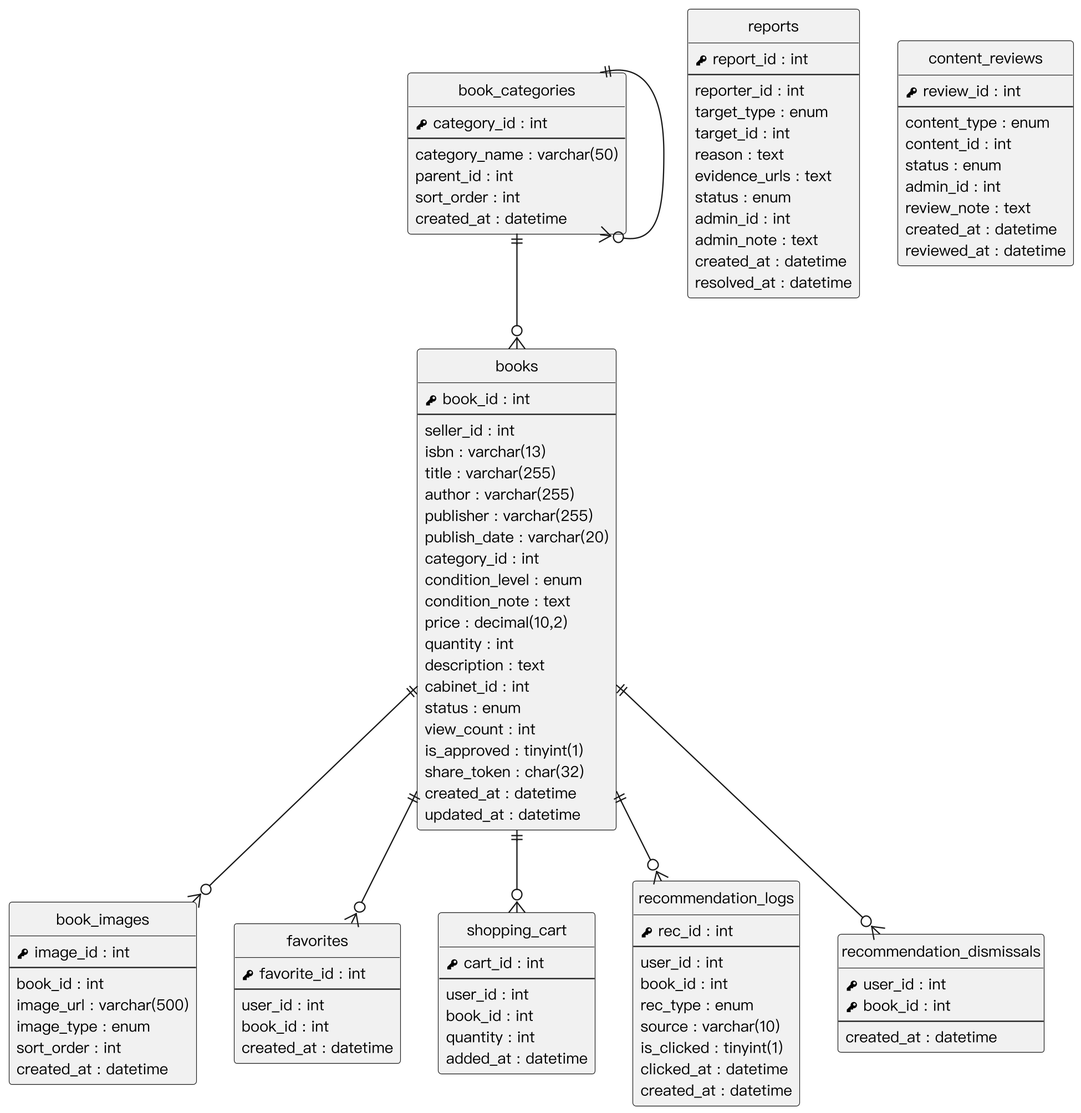
Before: Diagrams/Relational Tables/v3/er_books.png, a diagram exported from PlantUML (SaveMyBook/SaveMyBook).
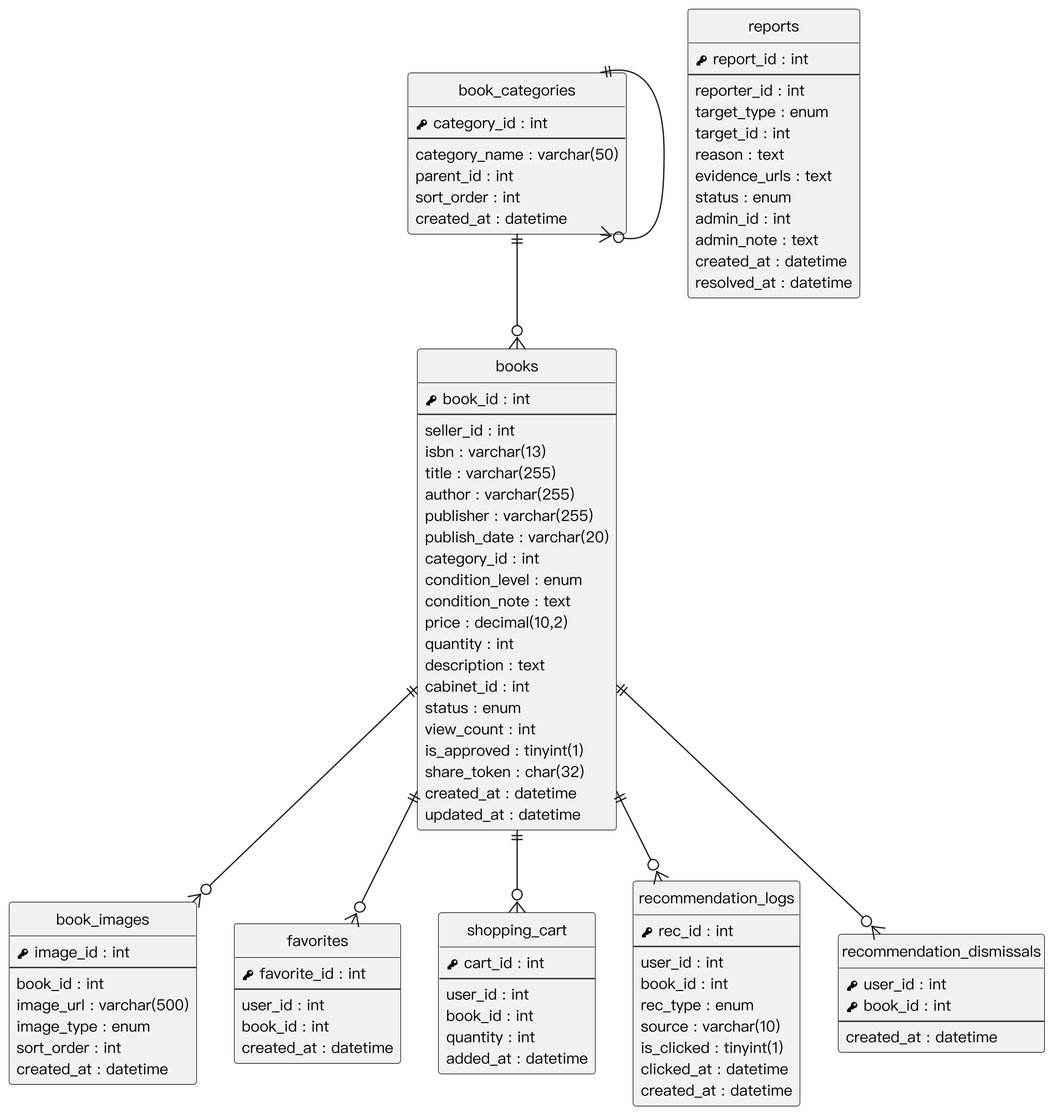
The same diagram one commit later.

Diff of the diagram source:
```diff
@@ -96,17 +96,6 @@
   {field} created_at : datetime
   {field} resolved_at : datetime
 }
-entity "content_reviews" as content_reviews {
-  {field} <&key> review_id : int
-  --
-  {field} content_type : enum
-  {field} content_id : int
-  {field} status : enum
-  {field} admin_id : int
-  {field} review_note : text
-  {field} created_at : datetime
-  {field} reviewed_at : datetime
-}
 book_categories ||--o{ books
 book_categories ||--o{ book_categories
 books ||--o{ book_images
```
